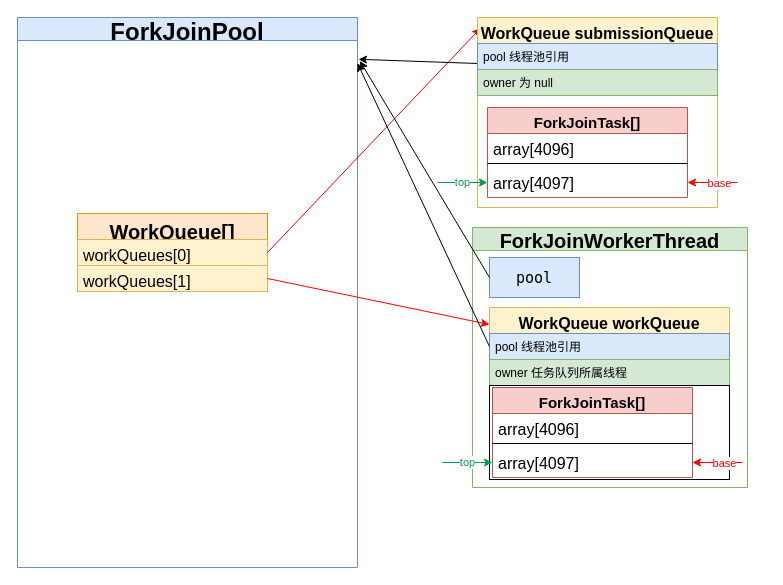
Above: ForkJoinPool.drawio in yang00-74/flowchart (draw.io), before the change. Source tidied: cells renumbered, new cells numbered last; positions are measured from the earlier drawing's top-left corner, leaving out a move shared by most shapes. Both pictures are drawn from the tidied source at 100%, with x=0, y=0 at pixel (17, 17).
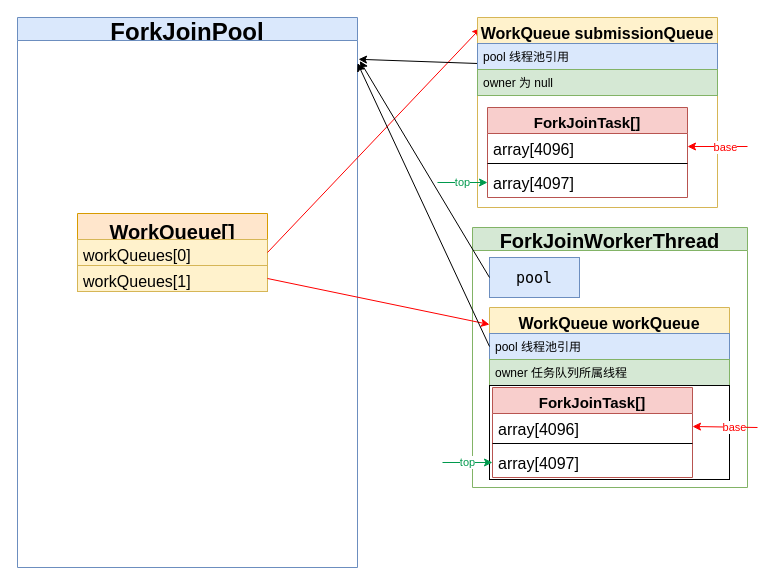
Above is the later version.

Unchanged cells that the change refers to:
```xml
<mxCell id="28" value="array[4096]" style="text;strokeColor=none;fillColor=none;align=left;verticalAlign=top;spacingLeft=4;spacingRight=4;overflow=hidden;points=[[0,0.5],[1,0.5]];portConstraint=eastwest;fontSize=16;" parent="27" vertex="1">
  <mxGeometry y="26" width="200" height="26" as="geometry" />
</mxCell>
<mxCell id="30" value="array[4097]" style="text;strokeColor=none;fillColor=none;align=left;verticalAlign=top;spacingLeft=4;spacingRight=4;overflow=hidden;points=[[0,0.5],[1,0.5]];portConstraint=eastwest;fontSize=16;" parent="27" vertex="1">
  <mxGeometry y="60" width="200" height="30" as="geometry" />
</mxCell>
<mxCell id="32" value="array[4096]" style="text;strokeColor=none;fillColor=none;align=left;verticalAlign=top;spacingLeft=4;spacingRight=4;overflow=hidden;points=[[0,0.5],[1,0.5]];portConstraint=eastwest;fontSize=16;" parent="31" vertex="1">
  <mxGeometry y="26" width="200" height="26" as="geometry" />
</mxCell>
<mxCell id="34" value="array[4097]" style="text;strokeColor=none;fillColor=none;align=left;verticalAlign=top;spacingLeft=4;spacingRight=4;overflow=hidden;points=[[0,0.5],[1,0.5]];portConstraint=eastwest;fontSize=16;" parent="31" vertex="1">
  <mxGeometry y="60" width="200" height="30" as="geometry" />
</mxCell>
```

What changed in the source:
```diff
@@
-    <mxCell id="22" style="endArrow=classic;html=1;entryX=1;entryY=0.5;entryDx=0;entryDy=0;strokeColor=#FF0000;" parent="1" edge="1" target="34">
+    <mxCell id="22" style="endArrow=classic;html=1;entryX=1;entryY=0.5;entryDx=0;entryDy=0;strokeColor=#FF0000;" parent="1" edge="1" target="32">
       <mxGeometry relative="1" as="geometry">
-        <mxPoint x="725" y="445" as="sourcePoint" />
+        <mxPoint x="740" y="410" as="sourcePoint" />
       </mxGeometry>
     </mxCell>
@@
-    <mxCell id="25" style="endArrow=classic;html=1;entryX=1;entryY=0.5;entryDx=0;entryDy=0;strokeColor=#FF0000;" parent="1" edge="1" target="30">
+    <mxCell id="25" style="endArrow=classic;html=1;entryX=1;entryY=0.5;entryDx=0;entryDy=0;strokeColor=#FF0000;" parent="1" edge="1" target="28">
       <mxGeometry relative="1" as="geometry">
-        <mxPoint x="720" y="165" as="sourcePoint" />
+        <mxPoint x="730" y="129" as="sourcePoint" />
       </mxGeometry>
     </mxCell>
```
